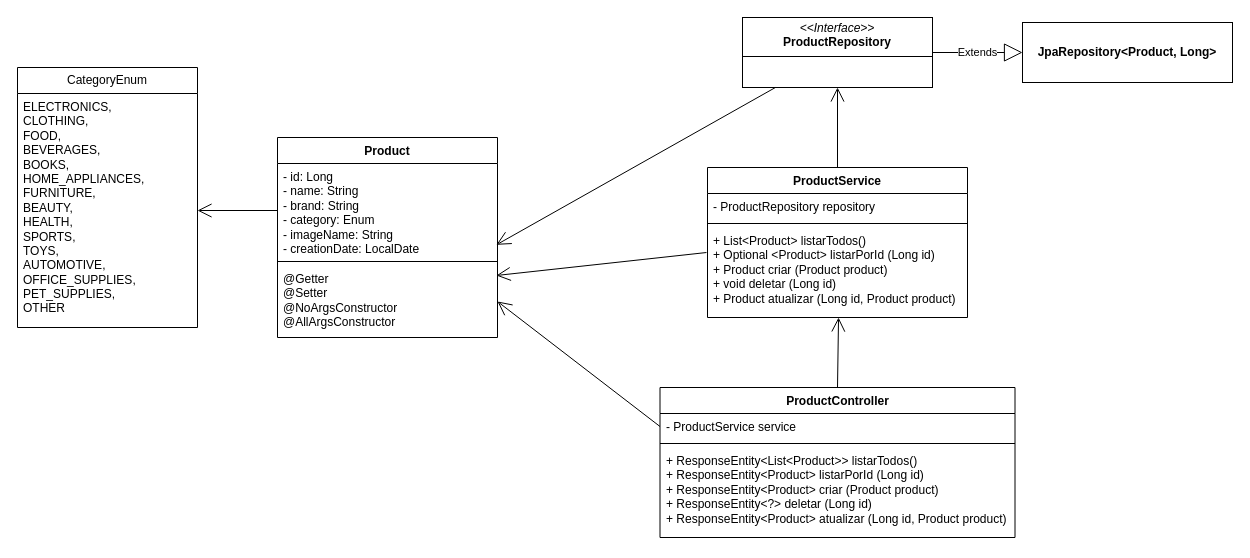
ggcoding11/Kermit-Store keeps this draw.io diagram as doc/Diagrama de classes/Diagrama de Classes.drawio. Above is the earlier version. Source tidied: cells renumbered, new cells numbered last; positions are measured from the earlier drawing's top-left corner, leaving out a move shared by most shapes. Both pictures are drawn from the tidied source at 100%, with x=0, y=0 at pixel (17, 17).
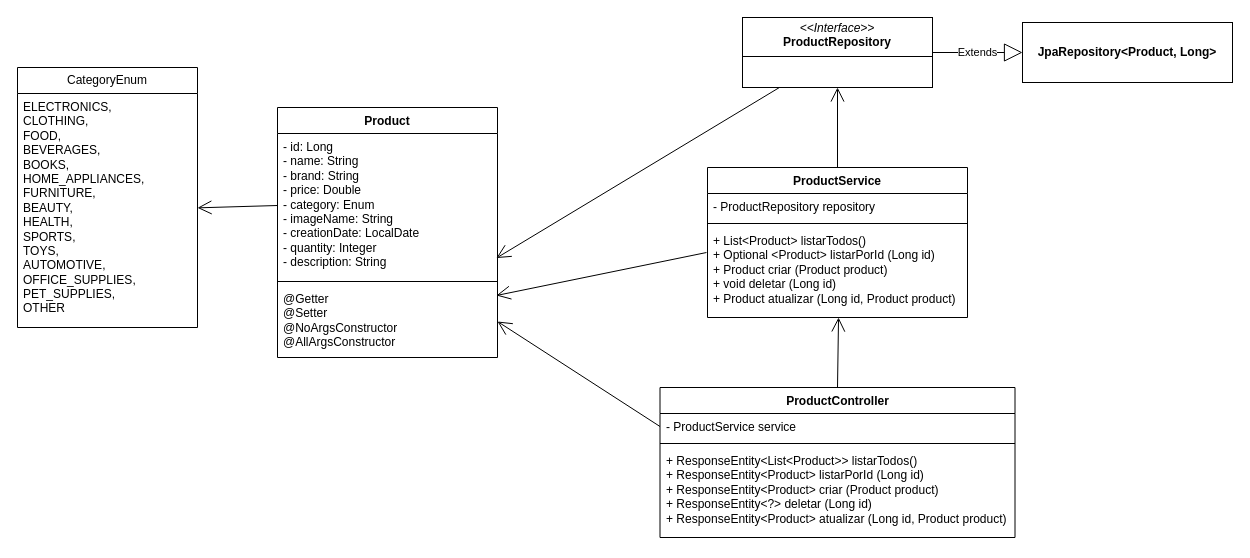
The same page after the edit.

Change to the diagram source:
```diff
@@
     <mxCell id="2" value="Product" style="swimlane;fontStyle=1;align=center;verticalAlign=top;horizontal=1;startSize=26;whiteSpace=wrap;html=1;" parent="1" vertex="1">
-      <mxGeometry x="260" y="120" width="220" height="200" as="geometry" />
+      <mxGeometry x="260" y="90" width="220" height="250" as="geometry" />
     </mxCell>
-    <mxCell id="3" value="- id: Long&lt;div&gt;- name: String&lt;/div&gt;&lt;div&gt;- brand: String&lt;/div&gt;&lt;div&gt;- category: Enum&lt;/div&gt;&lt;div&gt;- imageName: String&lt;/div&gt;&lt;div&gt;- creationDate: LocalDate&lt;/div&gt;&lt;div&gt;&lt;br&gt;&lt;div&gt;&lt;br&gt;&lt;/div&gt;&lt;div&gt;&lt;br&gt;&lt;/div&gt;&lt;/div&gt;&lt;div&gt;&lt;br&gt;&lt;/div&gt;&lt;div&gt;&lt;br&gt;&lt;/div&gt;" style="text;strokeColor=none;fillColor=none;align=left;verticalAlign=top;spacingLeft=4;spacingRight=4;overflow=hidden;points=[[0,0.5],[1,0.5]];portConstraint=eastwest;whiteSpace=wrap;html=1;" parent="2" vertex="1">
-      <mxGeometry y="26" width="220" height="94" as="geometry" />
+    <mxCell id="3" value="- id: Long&lt;div&gt;- name: String&lt;/div&gt;&lt;div&gt;- brand: String&lt;/div&gt;&lt;div&gt;- price: Double&lt;/div&gt;&lt;div&gt;- category: Enum&lt;/div&gt;&lt;div&gt;- imageName: String&lt;/div&gt;&lt;div&gt;- creationDate: LocalDate&lt;/div&gt;&lt;div&gt;- quantity: Integer&lt;/div&gt;&lt;div&gt;- description: String&lt;br&gt;&lt;div&gt;&lt;br&gt;&lt;/div&gt;&lt;div&gt;&lt;br&gt;&lt;/div&gt;&lt;/div&gt;&lt;div&gt;&lt;br&gt;&lt;/div&gt;&lt;div&gt;&lt;br&gt;&lt;/div&gt;" style="text;strokeColor=none;fillColor=none;align=left;verticalAlign=top;spacingLeft=4;spacingRight=4;overflow=hidden;points=[[0,0.5],[1,0.5]];portConstraint=eastwest;whiteSpace=wrap;html=1;" parent="2" vertex="1">
+      <mxGeometry y="26" width="220" height="144" as="geometry" />
     </mxCell>
     <mxCell id="4" style="line;strokeWidth=1;fillColor=none;align=left;verticalAlign=middle;spacingTop=-1;spacingLeft=3;spacingRight=3;labelPosition=right;strokeColor=inherit;" parent="2" vertex="1">
-      <mxGeometry y="120" width="220" height="8" as="geometry" />
+      <mxGeometry y="170" width="220" height="8" as="geometry" />
     </mxCell>
     <mxCell id="5" value="@Getter&lt;div&gt;@Setter&lt;/div&gt;&lt;div&gt;@NoArgsConstructor&lt;/div&gt;&lt;div&gt;@AllArgsConstructor&lt;/div&gt;" style="text;strokeColor=none;fillColor=none;align=left;verticalAlign=top;spacingLeft=4;spacingRight=4;overflow=hidden;points=[[0,0.5],[1,0.5]];portConstraint=eastwest;whiteSpace=wrap;html=1;" parent="2" vertex="1">
-      <mxGeometry y="128" width="220" height="72" as="geometry" />
+      <mxGeometry y="178" width="220" height="72" as="geometry" />
     </mxCell>
```
